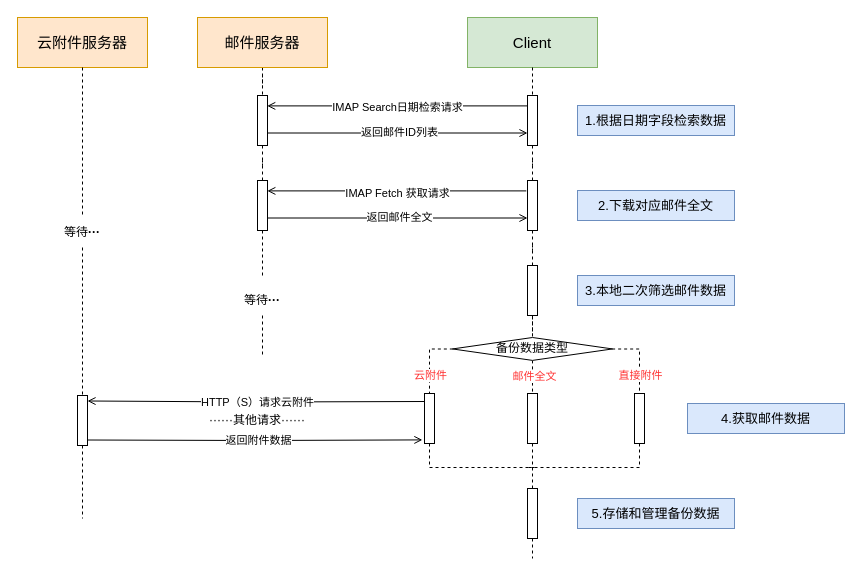
Above: page "第 21 页" (21 of 21) of 架构图1.drawio in GreenTee-color/Documents (draw.io), before the change. Source tidied: cells renumbered, new cells numbered last; positions are measured from the earlier drawing's top-left corner, leaving out a move shared by most shapes. Both pictures are drawn from the tidied source at 100%, with x=0, y=0 at pixel (17, 17).
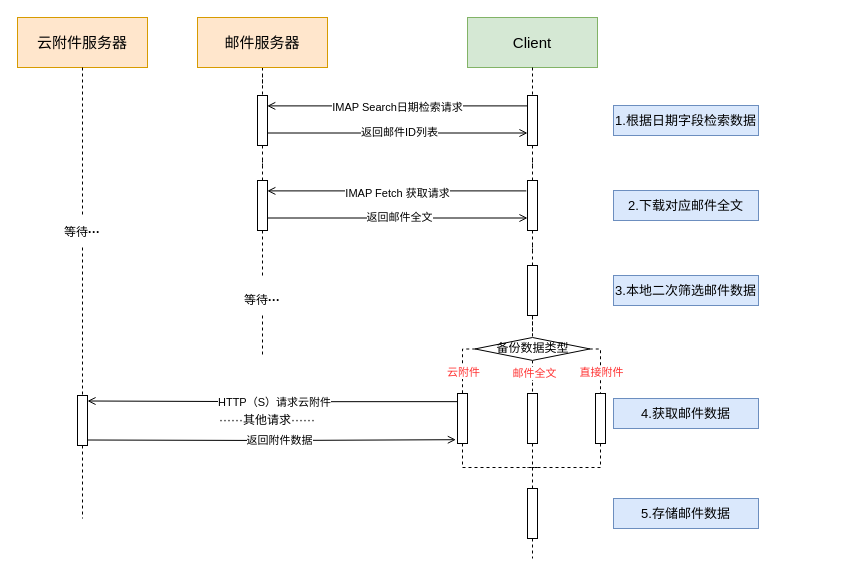
The same page after the edit.

Commit message:
更新架构图1.drawio

The change refers to these unchanged cells:
```xml
<mxCell id="29" style="edgeStyle=orthogonalEdgeStyle;rounded=0;jettySize=auto;html=1;entryX=0.5;entryY=0;entryDx=0;entryDy=0;endArrow=none;endFill=0;dashed=1;" parent="1" edge="1" source="35" target="37">
  <mxGeometry relative="1" as="geometry" />
</mxCell>
```

What changed in the source:
```diff
@@
     <mxCell id="12" value="1.根据日期字段&lt;span style=&quot;background-color: initial; font-size: 13px;&quot;&gt;检索数据&lt;/span&gt;" style="text;html=1;align=center;verticalAlign=middle;whiteSpace=wrap;rounded=0;fontSize=13;fillColor=#dae8fc;strokeColor=#6c8ebf;" parent="1" vertex="1">
-      <mxGeometry x="560" y="88" width="157" height="30" as="geometry" />
+      <mxGeometry x="596" y="88" width="145" height="30" as="geometry" />
     </mxCell>
@@
     <mxCell id="21" value="2.下载对应&lt;span style=&quot;background-color: initial; font-size: 13px;&quot;&gt;邮件全文&lt;/span&gt;" style="text;html=1;align=center;verticalAlign=middle;whiteSpace=wrap;rounded=0;fontSize=13;fillColor=#dae8fc;strokeColor=#6c8ebf;" parent="1" vertex="1">
-      <mxGeometry x="560" y="173" width="157" height="30" as="geometry" />
+      <mxGeometry x="596" y="173" width="145" height="30" as="geometry" />
     </mxCell>
     <mxCell id="22" value="3.本地二次筛选邮件数据" style="text;html=1;align=center;verticalAlign=middle;whiteSpace=wrap;rounded=0;fontSize=13;fillColor=#dae8fc;strokeColor=#6c8ebf;" parent="1" vertex="1">
-      <mxGeometry x="560" y="258" width="157" height="30" as="geometry" />
+      <mxGeometry x="596" y="258" width="145" height="30" as="geometry" />
     </mxCell>
@@
     <mxCell id="30" value="邮件全文" style="edgeLabel;html=1;align=center;verticalAlign=middle;fontColor=#FF3333;" parent="29" vertex="1">
       <mxGeometry x="0.52" relative="1" as="geometry">
-        <mxPoint x="1" y="-7" as="offset" />
+        <mxPoint x="1" y="-10" as="offset" />
       </mxGeometry>
     </mxCell>
     <mxCell id="31" style="edgeStyle=orthogonalEdgeStyle;rounded=0;jettySize=auto;html=1;entryX=0.5;entryY=0;entryDx=0;entryDy=0;endArrow=none;endFill=0;dashed=1;" parent="1" edge="1" source="35" target="39">
-      <mxGeometry relative="1" as="geometry" />
+      <mxGeometry relative="1" as="geometry">
+        <Array as="points">
+          <mxPoint x="445" y="331" />
+        </Array>
+      </mxGeometry>
     </mxCell>
     <mxCell id="32" value="云附件" style="edgeLabel;html=1;align=center;verticalAlign=middle;fontColor=#FF3333;" parent="31" vertex="1">
       <mxGeometry x="0.36" relative="1" as="geometry">
-        <mxPoint y="3" as="offset" />
+        <mxPoint y="-3" as="offset" />
       </mxGeometry>
     </mxCell>
     <mxCell id="33" style="edgeStyle=orthogonalEdgeStyle;rounded=0;jettySize=auto;html=1;entryX=0.5;entryY=0;entryDx=0;entryDy=0;endArrow=none;endFill=0;dashed=1;" parent="1" edge="1" source="35" target="41">
-      <mxGeometry relative="1" as="geometry" />
+      <mxGeometry relative="1" as="geometry">
+        <Array as="points">
+          <mxPoint x="583" y="331" />
+        </Array>
+      </mxGeometry>
     </mxCell>
     <mxCell id="34" value="直接附件" style="edgeLabel;html=1;align=center;verticalAlign=middle;fontColor=#FF3333;" parent="33" vertex="1">
       <mxGeometry x="0.43" relative="1" as="geometry">
-        <mxPoint y="2" as="offset" />
+        <mxPoint y="-6" as="offset" />
       </mxGeometry>
     </mxCell>
     <mxCell id="35" value="备份数据类型" style="rhombus;whiteSpace=wrap;html=1;" parent="1" vertex="1">
-      <mxGeometry x="435" y="320" width="160" height="22.9" as="geometry" />
+      <mxGeometry x="457.5" y="320" width="115" height="22.9" as="geometry" />
     </mxCell>
@@
     <mxCell id="38" style="edgeStyle=orthogonalEdgeStyle;rounded=0;jettySize=auto;html=1;endArrow=none;endFill=0;dashed=1;" parent="1" edge="1" source="39">
       <mxGeometry relative="1" as="geometry">
         <mxPoint x="520" y="450" as="targetPoint" />
         <Array as="points">
-          <mxPoint x="412" y="450" />
+          <mxPoint x="445" y="450" />
         </Array>
       </mxGeometry>
     </mxCell>
     <mxCell id="39" style="rounded=0;whiteSpace=wrap;html=1;" parent="1" vertex="1">
-      <mxGeometry x="407" y="376" width="10" height="50" as="geometry" />
+      <mxGeometry x="440" y="376" width="10" height="50" as="geometry" />
     </mxCell>
     <mxCell id="40" style="edgeStyle=orthogonalEdgeStyle;rounded=0;jettySize=auto;html=1;endArrow=none;endFill=0;dashed=1;" parent="1" edge="1" source="41">
       <mxGeometry relative="1" as="geometry">
         <mxPoint x="510" y="450" as="targetPoint" />
         <Array as="points">
-          <mxPoint x="622" y="450" />
+          <mxPoint x="583" y="450" />
         </Array>
       </mxGeometry>
     </mxCell>
     <mxCell id="41" style="rounded=0;whiteSpace=wrap;html=1;" parent="1" vertex="1">
-      <mxGeometry x="617" y="376" width="10" height="50" as="geometry" />
+      <mxGeometry x="578" y="376" width="10" height="50" as="geometry" />
     </mxCell>
-    <mxCell id="42" style="edgeStyle=orthogonalEdgeStyle;rounded=0;orthogonalLoop=1;jettySize=auto;html=1;endArrow=open;endFill=0;exitX=1;exitY=0.75;exitDx=0;exitDy=0;entryX=-0.208;entryY=0.787;entryDx=0;entryDy=0;entryPerimeter=0;" parent="1" edge="1">
+    <mxCell id="42" style="edgeStyle=orthogonalEdgeStyle;rounded=0;jettySize=auto;html=1;endArrow=open;endFill=0;exitX=1;exitY=0.75;exitDx=0;exitDy=0;entryX=-0.163;entryY=0.924;entryDx=0;entryDy=0;entryPerimeter=0;" parent="1" edge="1" target="39">
       <mxGeometry relative="1" as="geometry">
         <mxPoint x="70" y="422.5" as="sourcePoint" />
-        <mxPoint x="404.9" y="422.4" as="targetPoint" />
       </mxGeometry>
     </mxCell>
@@
-    <mxCell id="46" value="5.存储和管理备份数据" style="text;html=1;align=center;verticalAlign=middle;whiteSpace=wrap;rounded=0;fontSize=13;fillColor=#dae8fc;strokeColor=#6c8ebf;" parent="1" vertex="1">
-      <mxGeometry x="560" y="481" width="157" height="30" as="geometry" />
+    <mxCell id="46" value="5.存储邮件数据" style="text;html=1;align=center;verticalAlign=middle;whiteSpace=wrap;rounded=0;fontSize=13;fillColor=#dae8fc;strokeColor=#6c8ebf;" parent="1" vertex="1">
+      <mxGeometry x="596" y="481" width="145" height="30" as="geometry" />
     </mxCell>
-    <mxCell id="47" style="edgeStyle=orthogonalEdgeStyle;rounded=0;orthogonalLoop=1;jettySize=auto;html=1;entryX=1;entryY=0.25;entryDx=0;entryDy=0;endArrow=open;endFill=0;exitX=0;exitY=0.3;exitDx=0;exitDy=0;exitPerimeter=0;" parent="1" edge="1">
+    <mxCell id="47" style="edgeStyle=orthogonalEdgeStyle;rounded=0;jettySize=auto;html=1;entryX=1;entryY=0.25;entryDx=0;entryDy=0;endArrow=open;endFill=0;exitX=-0.046;exitY=0.163;exitDx=0;exitDy=0;exitPerimeter=0;" parent="1" edge="1" source="39">
       <mxGeometry relative="1" as="geometry">
-        <mxPoint x="407" y="384" as="sourcePoint" />
         <mxPoint x="70" y="383.5" as="targetPoint" />
       </mxGeometry>
     </mxCell>
@@
     <mxCell id="55" value="4.获取邮件数据" style="text;html=1;align=center;verticalAlign=middle;whiteSpace=wrap;rounded=0;fontSize=13;fillColor=#dae8fc;strokeColor=#6c8ebf;" parent="1" vertex="1">
-      <mxGeometry x="670" y="386" width="157" height="30" as="geometry" />
+      <mxGeometry x="596" y="381" width="145" height="30" as="geometry" />
     </mxCell>
     <mxCell id="56" value="&lt;span style=&quot;font-size: 12px;&quot;&gt;&lt;font style=&quot;font-size: 12px;&quot;&gt;·&lt;/font&gt;&lt;/span&gt;&lt;span style=&quot;font-size: 12px;&quot;&gt;···&lt;/span&gt;&lt;span style=&quot;font-size: 12px;&quot;&gt;&lt;font style=&quot;font-size: 12px;&quot;&gt;··其他请求&lt;/font&gt;&lt;/span&gt;&lt;span style=&quot;font-size: 12px;&quot;&gt;···&lt;/span&gt;&lt;span style=&quot;font-size: 12px;&quot;&gt;···&lt;/span&gt;" style="text;html=1;align=center;verticalAlign=middle;whiteSpace=wrap;rounded=0;fontStyle=0;fontSize=12;" parent="1" vertex="1">
-      <mxGeometry x="120" y="388" width="240" height="30" as="geometry" />
+      <mxGeometry x="130" y="388" width="240" height="30" as="geometry" />
     </mxCell>
```
